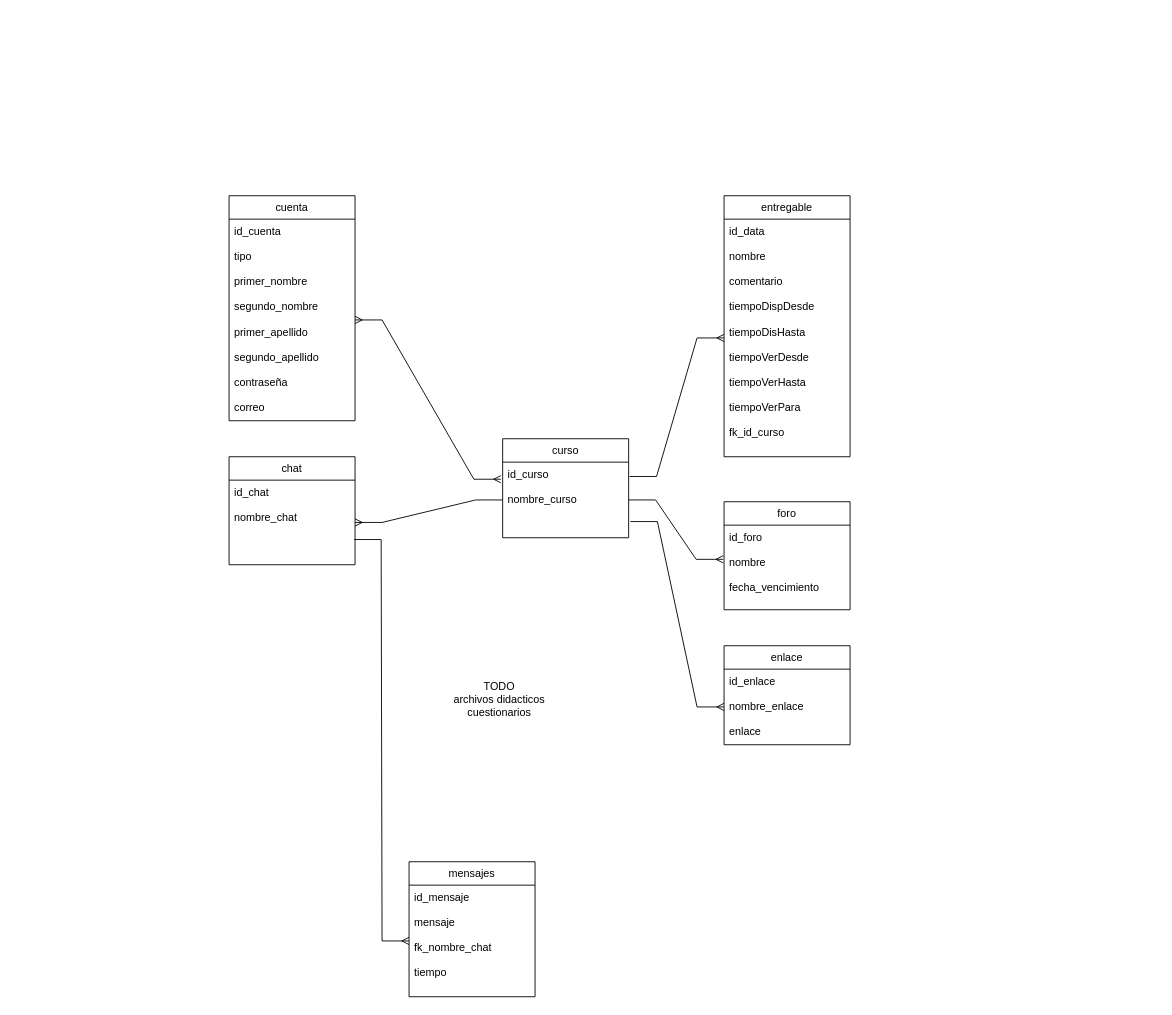
This is UML.drawio from HanzelxD778/cs50w-project4, a draw.io file, before an edit. Source tidied: cells renumbered, new cells numbered last; positions are measured from the earlier drawing's top-left corner, leaving out a move shared by most shapes. Both pictures are drawn from the tidied source at 90%, with x=0, y=0 at pixel (229, 195).
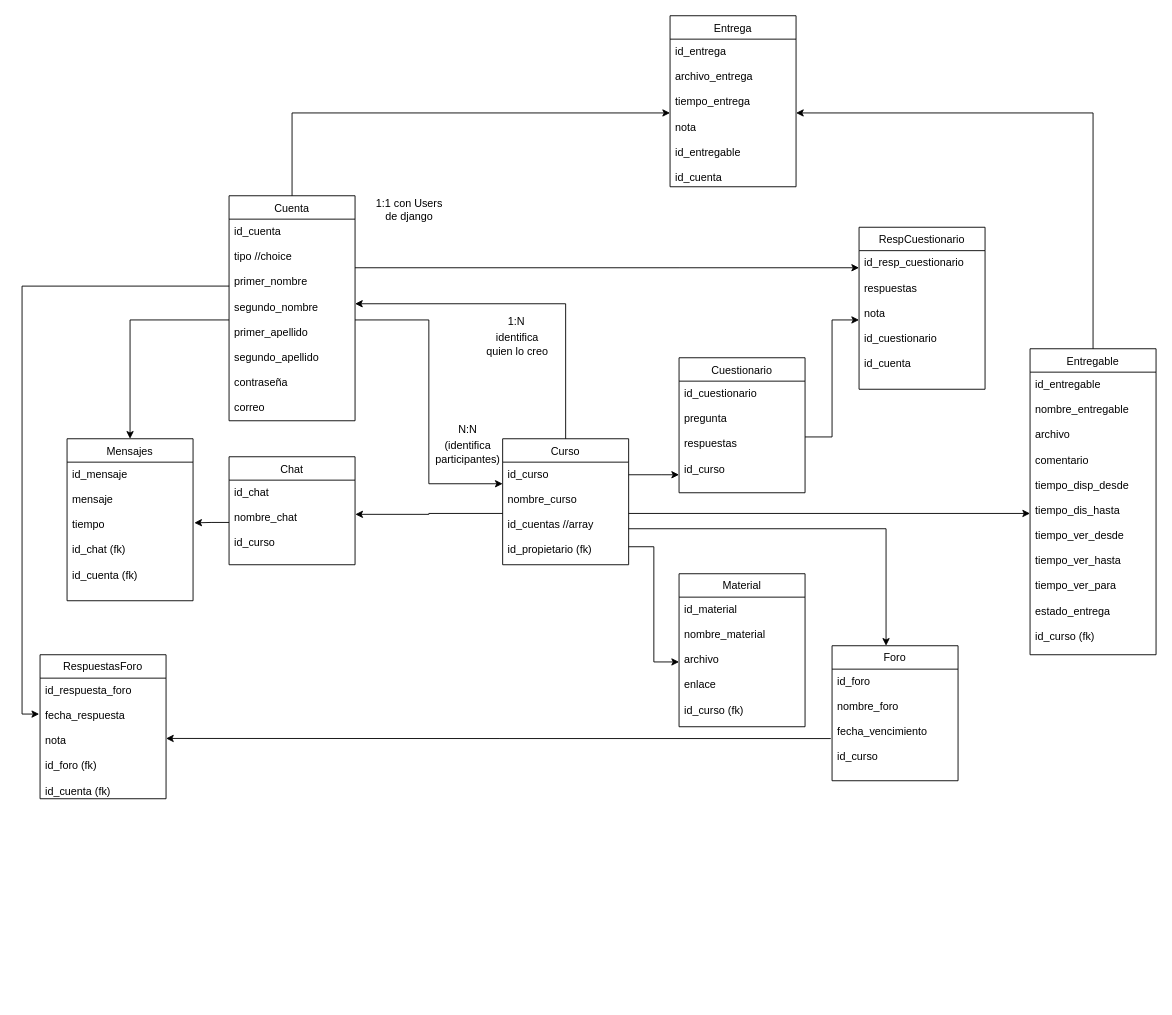
Above is the later version.

What changed in the source:
```diff
@@
+    <mxCell id="23" style="edgeStyle=orthogonalEdgeStyle;rounded=0;jettySize=auto;html=1;entryX=-0.007;entryY=0.298;entryDx=0;entryDy=0;entryPerimeter=0;exitX=0.001;exitY=0.332;exitDx=0;exitDy=0;exitPerimeter=0;" parent="1" edge="1" source="3" target="28">
+      <mxGeometry relative="1" as="geometry" />
+    </mxCell>
+    <mxCell id="24" style="edgeStyle=orthogonalEdgeStyle;rounded=0;jettySize=auto;html=1;" parent="1" edge="1" source="2" target="32">
+      <mxGeometry relative="1" as="geometry" />
+    </mxCell>
-    <mxCell id="2" value="cuenta" style="swimlane;fontStyle=0;horizontal=1;startSize=26;fillColor=none;" parent="1" vertex="1">
+    <mxCell id="2" value="Cuenta" style="swimlane;fontStyle=0;horizontal=1;startSize=26;fillColor=none;" parent="1" vertex="1">
       <mxGeometry width="140" height="250" as="geometry" />
     </mxCell>
-    <mxCell id="3" value="id_cuenta&#10;&#10;tipo&#10;&#10;primer_nombre&#10;&#10;segundo_nombre&#10;&#10;primer_apellido&#10;&#10;segundo_apellido&#10;&#10;contraseña&#10;&#10;correo" style="text;strokeColor=none;fillColor=none;align=left;verticalAlign=top;spacingLeft=4;spacingRight=4;overflow=hidden;points=[[0,0.5],[1,0.5]];portConstraint=eastwest;" parent="2" vertex="1">
+    <mxCell id="3" value="id_cuenta&#10;&#10;tipo //choice&#10;&#10;primer_nombre&#10;&#10;segundo_nombre&#10;&#10;primer_apellido&#10;&#10;segundo_apellido&#10;&#10;contraseña&#10;&#10;correo" style="text;strokeColor=none;fillColor=none;align=left;verticalAlign=top;spacingLeft=4;spacingRight=4;overflow=hidden;points=[[0,0.5],[1,0.5]];portConstraint=eastwest;" parent="2" vertex="1">
       <mxGeometry y="26" width="140" height="224" as="geometry" />
     </mxCell>
-    <mxCell id="4" value="chat" style="swimlane;fontStyle=0;horizontal=1;startSize=26;fillColor=none;" parent="1" vertex="1">
+    <mxCell id="4" value="Chat" style="swimlane;fontStyle=0;horizontal=1;startSize=26;fillColor=none;" parent="1" vertex="1">
       <mxGeometry y="290" width="140" height="120" as="geometry" />
     </mxCell>
-    <mxCell id="5" value="id_chat&#10;&#10;nombre_chat&#10;&#10;" style="text;strokeColor=none;fillColor=none;align=left;verticalAlign=top;spacingLeft=4;spacingRight=4;overflow=hidden;points=[[0,0.5],[1,0.5]];portConstraint=eastwest;" parent="4" vertex="1">
+    <mxCell id="5" value="id_chat&#10;&#10;nombre_chat&#10;&#10;id_curso" style="text;strokeColor=none;fillColor=none;align=left;verticalAlign=top;spacingLeft=4;spacingRight=4;overflow=hidden;points=[[0,0.5],[1,0.5]];portConstraint=eastwest;" parent="4" vertex="1">
       <mxGeometry y="26" width="140" height="94" as="geometry" />
     </mxCell>
-    <mxCell id="6" value="mensajes" style="swimlane;fontStyle=0;horizontal=1;startSize=26;fillColor=none;" parent="1" vertex="1">
-      <mxGeometry x="200" y="740" width="140" height="150" as="geometry" />
+    <mxCell id="6" value="Mensajes" style="swimlane;fontStyle=0;horizontal=1;startSize=26;fillColor=none;" parent="1" vertex="1">
+      <mxGeometry x="-180" y="270" width="140" height="180" as="geometry" />
     </mxCell>
-    <mxCell id="7" value="id_mensaje&#10;&#10;mensaje&#10;&#10;fk_nombre_chat&#10;&#10;tiempo" style="text;strokeColor=none;fillColor=none;align=left;verticalAlign=top;spacingLeft=4;spacingRight=4;overflow=hidden;points=[[0,0.5],[1,0.5]];portConstraint=eastwest;" parent="6" vertex="1">
-      <mxGeometry y="26" width="140" height="124" as="geometry" />
+    <mxCell id="7" value="id_mensaje&#10;&#10;mensaje&#10;&#10;tiempo&#10;&#10;id_chat (fk)&#10;&#10;id_cuenta (fk)" style="text;strokeColor=none;fillColor=none;align=left;verticalAlign=top;spacingLeft=4;spacingRight=4;overflow=hidden;points=[[0,0.5],[1,0.5]];portConstraint=eastwest;" parent="6" vertex="1">
+      <mxGeometry y="26" width="140" height="154" as="geometry" />
     </mxCell>
+    <mxCell id="25" style="edgeStyle=orthogonalEdgeStyle;rounded=0;jettySize=auto;html=1;entryX=1;entryY=0.5;entryDx=0;entryDy=0;" parent="1" edge="1" source="8" target="32">
+      <mxGeometry relative="1" as="geometry" />
+    </mxCell>
-    <mxCell id="8" value="entregable" style="swimlane;fontStyle=0;horizontal=1;startSize=26;fillColor=none;" parent="1" vertex="1">
-      <mxGeometry x="550" width="140" height="290" as="geometry" />
+    <mxCell id="8" value="Entregable" style="swimlane;fontStyle=0;horizontal=1;startSize=26;fillColor=none;" parent="1" vertex="1">
+      <mxGeometry x="890" y="170" width="140" height="340" as="geometry" />
     </mxCell>
-    <mxCell id="9" value="id_data&#10;&#10;nombre&#10;&#10;comentario&#10;&#10;tiempoDispDesde&#10;&#10;tiempoDisHasta&#10;&#10;tiempoVerDesde&#10;&#10;tiempoVerHasta&#10;&#10;tiempoVerPara&#10;&#10;fk_id_curso" style="text;strokeColor=none;fillColor=none;align=left;verticalAlign=top;spacingLeft=4;spacingRight=4;overflow=hidden;points=[[0,0.5],[1,0.5]];portConstraint=eastwest;" parent="8" vertex="1">
-      <mxGeometry y="26" width="140" height="264" as="geometry" />
+    <mxCell id="9" value="id_entregable&#10;&#10;nombre_entregable&#10;&#10;archivo&#10;&#10;comentario&#10;&#10;tiempo_disp_desde&#10;&#10;tiempo_dis_hasta&#10;&#10;tiempo_ver_desde&#10;&#10;tiempo_ver_hasta&#10;&#10;tiempo_ver_para&#10;&#10;estado_entrega&#10;&#10;id_curso (fk)" style="text;strokeColor=none;fillColor=none;align=left;verticalAlign=top;spacingLeft=4;spacingRight=4;overflow=hidden;points=[[0,0.5],[1,0.5]];portConstraint=eastwest;" parent="8" vertex="1">
+      <mxGeometry y="26" width="140" height="314" as="geometry" />
     </mxCell>
-    <mxCell id="10" style="edgeStyle=entityRelationEdgeStyle;fontSize=12;html=1;endArrow=ERmany;startArrow=ERmany;rounded=0;exitX=1;exitY=0.5;exitDx=0;exitDy=0;entryX=-0.014;entryY=0.226;entryDx=0;entryDy=0;entryPerimeter=0;" parent="1" edge="1" source="3" target="20">
-      <mxGeometry relative="1" as="geometry" />
-    </mxCell>
-    <mxCell id="11" style="edgeStyle=entityRelationEdgeStyle;fontSize=12;html=1;endArrow=ERmany;rounded=0;exitX=1.007;exitY=0.19;exitDx=0;exitDy=0;entryX=0;entryY=0.5;entryDx=0;entryDy=0;exitPerimeter=0;" parent="1" edge="1" source="20" target="9">
-      <mxGeometry relative="1" as="geometry" />
-    </mxCell>
-    <mxCell id="12" style="edgeStyle=entityRelationEdgeStyle;fontSize=12;html=1;endArrow=ERmany;rounded=0;entryX=1;entryY=0.5;entryDx=0;entryDy=0;exitX=0;exitY=0.5;exitDx=0;exitDy=0;" parent="1" edge="1" source="20" target="5">
-      <mxGeometry relative="1" as="geometry" />
-    </mxCell>
-    <mxCell id="13" style="edgeStyle=entityRelationEdgeStyle;fontSize=12;html=1;endArrow=ERmany;rounded=0;exitX=0.993;exitY=0.702;exitDx=0;exitDy=0;exitPerimeter=0;entryX=0;entryY=0.5;entryDx=0;entryDy=0;" parent="1" edge="1" source="5" target="7">
-      <mxGeometry relative="1" as="geometry" />
-    </mxCell>
-    <mxCell id="14" value="foro" style="swimlane;fontStyle=0;horizontal=1;startSize=26;fillColor=none;" parent="1" vertex="1">
-      <mxGeometry x="550" y="340" width="140" height="120" as="geometry" />
+    <mxCell id="14" value="Foro" style="swimlane;fontStyle=0;horizontal=1;startSize=26;fillColor=none;" parent="1" vertex="1">
+      <mxGeometry x="670" y="500" width="140" height="150" as="geometry" />
     </mxCell>
-    <mxCell id="15" value="id_foro&#10;&#10;nombre&#10;&#10;fecha_vencimiento&#10;&#10;" style="text;strokeColor=none;fillColor=none;align=left;verticalAlign=top;spacingLeft=4;spacingRight=4;overflow=hidden;points=[[0,0.5],[1,0.5]];portConstraint=eastwest;" parent="14" vertex="1">
-      <mxGeometry y="26" width="140" height="94" as="geometry" />
+    <mxCell id="15" value="id_foro&#10;&#10;nombre_foro&#10;&#10;fecha_vencimiento&#10;&#10;id_curso" style="text;strokeColor=none;fillColor=none;align=left;verticalAlign=top;spacingLeft=4;spacingRight=4;overflow=hidden;points=[[0,0.5],[1,0.5]];portConstraint=eastwest;" parent="14" vertex="1">
+      <mxGeometry y="26" width="140" height="124" as="geometry" />
     </mxCell>
-    <mxCell id="16" style="edgeStyle=entityRelationEdgeStyle;fontSize=12;html=1;endArrow=ERmany;rounded=0;exitX=1;exitY=0.5;exitDx=0;exitDy=0;entryX=-0.007;entryY=0.404;entryDx=0;entryDy=0;entryPerimeter=0;" parent="1" edge="1" source="20" target="15">
-      <mxGeometry relative="1" as="geometry" />
-    </mxCell>
-    <mxCell id="17" value="enlace" style="swimlane;fontStyle=0;horizontal=1;startSize=26;fillColor=none;" parent="1" vertex="1">
-      <mxGeometry x="550" y="500" width="140" height="110" as="geometry" />
+    <mxCell id="17" value="Material" style="swimlane;fontStyle=0;horizontal=1;startSize=26;fillColor=none;" parent="1" vertex="1">
+      <mxGeometry x="500" y="420" width="140" height="170" as="geometry" />
     </mxCell>
-    <mxCell id="18" value="id_enlace&#10;&#10;nombre_enlace&#10;&#10;enlace&#10;&#10;" style="text;strokeColor=none;fillColor=none;align=left;verticalAlign=top;spacingLeft=4;spacingRight=4;overflow=hidden;points=[[0,0.5],[1,0.5]];portConstraint=eastwest;" parent="17" vertex="1">
-      <mxGeometry y="26" width="140" height="84" as="geometry" />
+    <mxCell id="18" value="id_material&#10;&#10;nombre_material&#10;&#10;archivo&#10;&#10;enlace&#10;&#10;id_curso (fk)" style="text;strokeColor=none;fillColor=none;align=left;verticalAlign=top;spacingLeft=4;spacingRight=4;overflow=hidden;points=[[0,0.5],[1,0.5]];portConstraint=eastwest;" parent="17" vertex="1">
+      <mxGeometry y="26" width="140" height="144" as="geometry" />
     </mxCell>
+    <mxCell id="26" style="edgeStyle=orthogonalEdgeStyle;rounded=0;jettySize=auto;html=1;" parent="1" edge="1" source="19" target="3">
+      <mxGeometry relative="1" as="geometry">
+        <Array as="points">
+          <mxPoint x="374" y="120" />
+        </Array>
+      </mxGeometry>
+    </mxCell>
-    <mxCell id="19" value="curso" style="swimlane;fontStyle=0;horizontal=1;startSize=26;fillColor=none;" parent="1" vertex="1">
-      <mxGeometry x="304" y="270" width="140" height="110" as="geometry" />
+    <mxCell id="19" value="Curso" style="swimlane;fontStyle=0;horizontal=1;startSize=26;fillColor=none;" parent="1" vertex="1">
+      <mxGeometry x="304" y="270" width="140" height="140" as="geometry" />
     </mxCell>
-    <mxCell id="20" value="id_curso&#10;&#10;nombre_curso" style="text;strokeColor=none;fillColor=none;align=left;verticalAlign=top;spacingLeft=4;spacingRight=4;overflow=hidden;points=[[0,0.5],[1,0.5]];portConstraint=eastwest;" parent="19" vertex="1">
-      <mxGeometry y="26" width="140" height="84" as="geometry" />
+    <mxCell id="20" value="id_curso &#10;&#10;nombre_curso&#10;&#10;id_cuentas //array&#10;&#10;id_propietario (fk)" style="text;strokeColor=none;fillColor=none;align=left;verticalAlign=top;spacingLeft=4;spacingRight=4;overflow=hidden;points=[[0,0.5],[1,0.5]];portConstraint=eastwest;" parent="19" vertex="1">
+      <mxGeometry y="26" width="140" height="114" as="geometry" />
     </mxCell>
+    <mxCell id="27" value="RespuestasForo" style="swimlane;fontStyle=0;horizontal=1;startSize=26;fillColor=none;" parent="1" vertex="1">
+      <mxGeometry x="-210" y="510" width="140" height="160" as="geometry" />
+    </mxCell>
+    <mxCell id="28" value="id_respuesta_foro&#10;&#10;fecha_respuesta&#10;&#10;nota&#10;&#10;id_foro (fk)&#10;&#10;id_cuenta (fk)" style="text;strokeColor=none;fillColor=none;align=left;verticalAlign=top;spacingLeft=4;spacingRight=4;overflow=hidden;points=[[0,0.5],[1,0.5]];portConstraint=eastwest;" parent="27" vertex="1">
+      <mxGeometry y="26" width="140" height="134" as="geometry" />
+    </mxCell>
+    <mxCell id="29" value="1:N" style="text;html=1;align=center;verticalAlign=middle;strokeColor=none;fillColor=none;" parent="1" vertex="1">
+      <mxGeometry x="304" y="130" width="30" height="20" as="geometry" />
+    </mxCell>
+    <mxCell id="30" style="edgeStyle=orthogonalEdgeStyle;rounded=0;jettySize=auto;html=1;entryX=1;entryY=0.5;entryDx=0;entryDy=0;exitX=-0.01;exitY=0.622;exitDx=0;exitDy=0;exitPerimeter=0;" parent="1" edge="1" source="15" target="28">
+      <mxGeometry relative="1" as="geometry" />
+    </mxCell>
+    <mxCell id="11" style="edgeStyle=orthogonalEdgeStyle;rounded=0;jettySize=auto;html=1;entryX=0;entryY=0.5;entryDx=0;entryDy=0;" parent="1" edge="1" source="20" target="9">
+      <mxGeometry relative="1" as="geometry" />
+    </mxCell>
+    <mxCell id="10" style="edgeStyle=orthogonalEdgeStyle;rounded=0;jettySize=auto;html=1;" parent="1" edge="1" source="3" target="20">
+      <mxGeometry relative="1" as="geometry">
+        <Array as="points">
+          <mxPoint x="222" y="138" />
+          <mxPoint x="222" y="320" />
+        </Array>
+      </mxGeometry>
+    </mxCell>
+    <mxCell id="12" style="edgeStyle=orthogonalEdgeStyle;rounded=0;jettySize=auto;html=1;entryX=1.002;entryY=0.404;entryDx=0;entryDy=0;entryPerimeter=0;" parent="1" edge="1" source="20" target="5">
+      <mxGeometry relative="1" as="geometry" />
+    </mxCell>
+    <mxCell id="31" value="Entrega" style="swimlane;fontStyle=0;horizontal=1;startSize=26;fillColor=none;" parent="1" vertex="1">
+      <mxGeometry x="490" y="-200" width="140" height="190" as="geometry" />
+    </mxCell>
+    <mxCell id="32" value="id_entrega&#10;&#10;archivo_entrega&#10;&#10;tiempo_entrega&#10;&#10;nota&#10;&#10;id_entregable&#10;&#10;id_cuenta" style="text;strokeColor=none;fillColor=none;align=left;verticalAlign=top;spacingLeft=4;spacingRight=4;overflow=hidden;points=[[0,0.5],[1,0.5]];portConstraint=eastwest;" parent="31" vertex="1">
+      <mxGeometry y="26" width="140" height="164" as="geometry" />
+    </mxCell>
+    <mxCell id="33" value="N:N" style="text;html=1;align=center;verticalAlign=middle;strokeColor=none;fillColor=none;" parent="1" vertex="1">
+      <mxGeometry x="245" y="250" width="40" height="20" as="geometry" />
+    </mxCell>
+    <mxCell id="34" value="(identifica&lt;br&gt;participantes)" style="text;html=1;align=center;verticalAlign=middle;strokeColor=none;fillColor=none;" parent="1" vertex="1">
+      <mxGeometry x="220" y="270" width="90" height="30" as="geometry" />
+    </mxCell>
+    <mxCell id="35" value="identifica&lt;br&gt;quien lo creo" style="text;html=1;align=center;verticalAlign=middle;strokeColor=none;fillColor=none;" parent="1" vertex="1">
+      <mxGeometry x="280" y="150" width="80" height="30" as="geometry" />
+    </mxCell>
+    <mxCell id="36" value="Cuestionario" style="swimlane;fontStyle=0;horizontal=1;startSize=26;fillColor=none;" parent="1" vertex="1">
+      <mxGeometry x="500" y="180" width="140" height="150" as="geometry" />
+    </mxCell>
+    <mxCell id="37" value="id_cuestionario&#10;&#10;pregunta&#10;&#10;respuestas&#10;&#10;id_curso &#10;&#10;" style="text;strokeColor=none;fillColor=none;align=left;verticalAlign=top;spacingLeft=4;spacingRight=4;overflow=hidden;points=[[0,0.5],[1,0.5]];portConstraint=eastwest;" parent="36" vertex="1">
+      <mxGeometry y="26" width="140" height="124" as="geometry" />
+    </mxCell>
+    <mxCell id="38" style="edgeStyle=orthogonalEdgeStyle;rounded=0;jettySize=auto;html=1;" parent="1" edge="1" source="20" target="37">
+      <mxGeometry relative="1" as="geometry">
+        <Array as="points">
+          <mxPoint x="480" y="310" />
+          <mxPoint x="480" y="310" />
+        </Array>
+      </mxGeometry>
+    </mxCell>
+    <mxCell id="39" value="RespCuestionario" style="swimlane;fontStyle=0;horizontal=1;startSize=26;fillColor=none;" parent="1" vertex="1">
+      <mxGeometry x="700" y="35" width="140" height="180" as="geometry" />
+    </mxCell>
+    <mxCell id="40" value="id_resp_cuestionario&#10;&#10;respuestas&#10;&#10;nota&#10;&#10;id_cuestionario&#10;&#10;id_cuenta &#10;&#10;" style="text;strokeColor=none;fillColor=none;align=left;verticalAlign=top;spacingLeft=4;spacingRight=4;overflow=hidden;points=[[0,0.5],[1,0.5]];portConstraint=eastwest;" parent="39" vertex="1">
+      <mxGeometry y="26" width="140" height="154" as="geometry" />
+    </mxCell>
+    <mxCell id="41" value="1:1 con Users&lt;br&gt;de django" style="text;html=1;align=center;verticalAlign=middle;strokeColor=none;fillColor=none;" parent="1" vertex="1">
+      <mxGeometry x="155" y="1" width="90" height="30" as="geometry" />
+    </mxCell>
+    <mxCell id="13" style="edgeStyle=orthogonalEdgeStyle;rounded=0;jettySize=auto;html=1;entryX=1.01;entryY=0.438;entryDx=0;entryDy=0;entryPerimeter=0;" parent="1" edge="1" source="5" target="7">
+      <mxGeometry relative="1" as="geometry" />
+    </mxCell>
+    <mxCell id="42" style="edgeStyle=orthogonalEdgeStyle;rounded=0;jettySize=auto;html=1;" parent="1" edge="1" source="3" target="6">
+      <mxGeometry relative="1" as="geometry" />
+    </mxCell>
+    <mxCell id="43" style="edgeStyle=orthogonalEdgeStyle;rounded=0;jettySize=auto;html=1;" parent="1" edge="1" source="20" target="14">
+      <mxGeometry relative="1" as="geometry">
+        <Array as="points">
+          <mxPoint x="730" y="370" />
+        </Array>
+      </mxGeometry>
+    </mxCell>
+    <mxCell id="44" style="edgeStyle=orthogonalEdgeStyle;rounded=0;jettySize=auto;html=1;entryX=0;entryY=0.5;entryDx=0;entryDy=0;" parent="1" edge="1" source="37" target="40">
+      <mxGeometry relative="1" as="geometry" />
+    </mxCell>
+    <mxCell id="45" style="edgeStyle=orthogonalEdgeStyle;rounded=0;jettySize=auto;html=1;" parent="1" edge="1" source="3" target="40">
+      <mxGeometry relative="1" as="geometry">
+        <Array as="points">
+          <mxPoint x="500" y="80" />
+          <mxPoint x="500" y="80" />
+        </Array>
+      </mxGeometry>
+    </mxCell>
-    <mxCell id="21" style="edgeStyle=entityRelationEdgeStyle;fontSize=12;html=1;endArrow=ERmany;rounded=0;exitX=1.014;exitY=0.786;exitDx=0;exitDy=0;exitPerimeter=0;entryX=0;entryY=0.5;entryDx=0;entryDy=0;" parent="1" edge="1" source="20" target="18">
-      <mxGeometry relative="1" as="geometry" />
+    <mxCell id="21" style="edgeStyle=orthogonalEdgeStyle;rounded=0;jettySize=auto;html=1;entryX=0;entryY=0.5;entryDx=0;entryDy=0;" parent="1" edge="1" source="20" target="18">
+      <mxGeometry relative="1" as="geometry">
+        <Array as="points">
+          <mxPoint x="472" y="390" />
+          <mxPoint x="472" y="518" />
+        </Array>
+      </mxGeometry>
     </mxCell>
-    <mxCell id="22" value="TODO&lt;br&gt;archivos didacticos&lt;br&gt;cuestionarios" style="text;html=1;align=center;verticalAlign=middle;strokeColor=none;fillColor=none;" parent="1" vertex="1">
-      <mxGeometry x="240" y="535" width="120" height="50" as="geometry" />
-    </mxCell>
```
